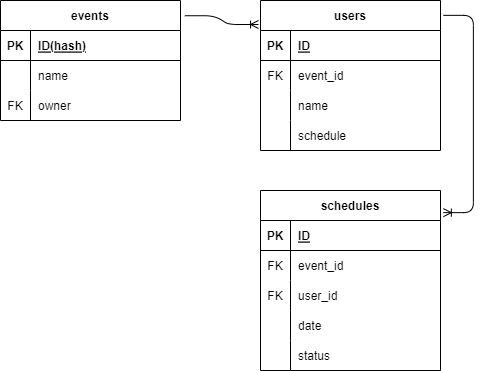
Above: DB_ER_diagram.drawio.png in kuu13580/schedule-checker (draw.io), before the change. Source tidied: cells renumbered, new cells last; positions are measured from the earlier drawing's top-left corner, leaving out a move shared by most shapes.
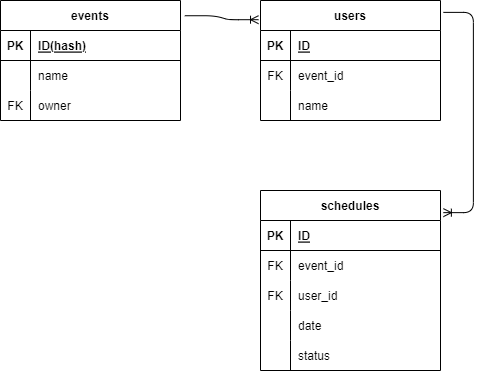
Above is the later version.

Change to the diagram source:
```diff
@@ -36,7 +36,7 @@
       <mxGeometry relative="1" as="geometry" />
     </mxCell>
     <mxCell id="13" value="users" style="shape=table;startSize=30;rowLines=0;fontStyle=1;align=center;" parent="1" vertex="1">
-      <mxGeometry x="260" width="180" height="150" as="geometry" />
+      <mxGeometry x="260" width="180" height="120" as="geometry" />
     </mxCell>
     <mxCell id="14" style="shape=tableRow;horizontal=0;startSize=0;swimlaneHead=0;swimlaneBody=0;fillColor=none;top=0;left=0;right=0;bottom=1;" parent="13" vertex="1">
       <mxGeometry y="30" width="180" height="30" as="geometry" />
@@ -65,15 +65,6 @@
     <mxCell id="22" value="name" style="shape=partialRectangle;fillColor=none;top=0;left=0;bottom=0;right=0;align=left;spacingLeft=6;overflow=hidden;" parent="20" vertex="1">
       <mxGeometry x="30" width="150" height="30" as="geometry" />
     </mxCell>
-    <mxCell id="23" style="shape=tableRow;horizontal=0;startSize=0;swimlaneHead=0;swimlaneBody=0;fillColor=none;top=0;left=0;right=0;bottom=0;" parent="13" vertex="1">
-      <mxGeometry y="120" width="180" height="30" as="geometry" />
-    </mxCell>
-    <mxCell id="24" style="shape=partialRectangle;fillColor=none;top=0;left=0;bottom=0;right=0;overflow=hidden;" parent="23" vertex="1">
-      <mxGeometry width="30" height="30" as="geometry" />
-    </mxCell>
-    <mxCell id="25" value="schedule" style="shape=partialRectangle;fillColor=none;top=0;left=0;bottom=0;right=0;align=left;spacingLeft=6;overflow=hidden;" parent="23" vertex="1">
-      <mxGeometry x="30" width="150" height="30" as="geometry" />
-    </mxCell>
     <mxCell id="26" value="schedules" style="shape=table;startSize=30;rowLines=0;fontStyle=1;align=center;" parent="1" vertex="1">
       <mxGeometry x="260" y="190" width="180" height="180" as="geometry" />
     </mxCell>
```
